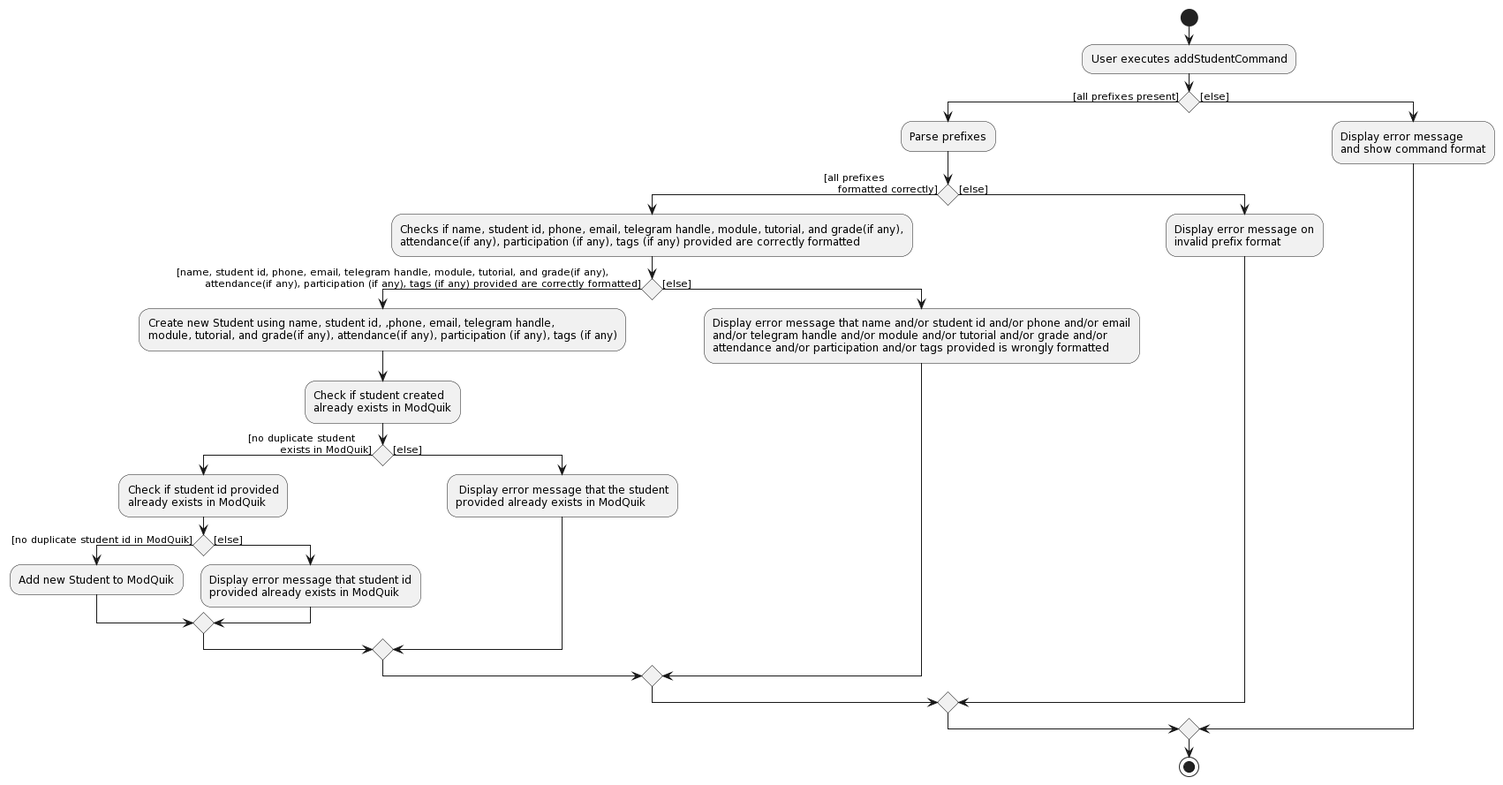
nus-cs2103-AY2223S1/tp keeps this PlantUML diagram as docs/images/AddStudentActivityDiagram.png. Above is the earlier version. Source of this version:
```plantuml
@startuml
start
:User executes addStudentCommand;

if () then ([all prefixes present])
    :Parse prefixes;
    if () then ([all prefixes
    formatted correctly])
        :Checks if name, student id, phone, email, telegram handle, module, tutorial, and grade(if any),
        attendance(if any), participation (if any), tags (if any) provided are correctly formatted;
        if () then ([name, student id, phone, email, telegram handle, module, tutorial, and grade(if any),
        attendance(if any), participation (if any), tags (if any) provided are correctly formatted])
            :Create new Student using name, student id, ,phone, email, telegram handle,
            module, tutorial, and grade(if any), attendance(if any), participation (if any), tags (if any);
            :Check if student created
            already exists in ModQuik;
            if() then ([no duplicate student
         exists in ModQuik])
                :Check if student id provided
                already exists in ModQuik;
                if() then ([no duplicate student id in ModQuik])
                    :Add new Student to ModQuik;
                 else ([else])
                    :Display error message that student id
                    provided already exists in ModQuik;
                endif
            else ([else])
                : Display error message that the student
                provided already exists in ModQuik;
            endif
        else ([else])
            :Display error message that name and/or student id and/or phone and/or email
            and/or telegram handle and/or module and/or tutorial and/or grade and/or
            attendance and/or participation and/or tags provided is wrongly formatted;
        endif
    else ([else])
        :Display error message on
        invalid prefix format;
    endif
else ([else])
    :Display error message
    and show command format;
endif
stop
@enduml
```
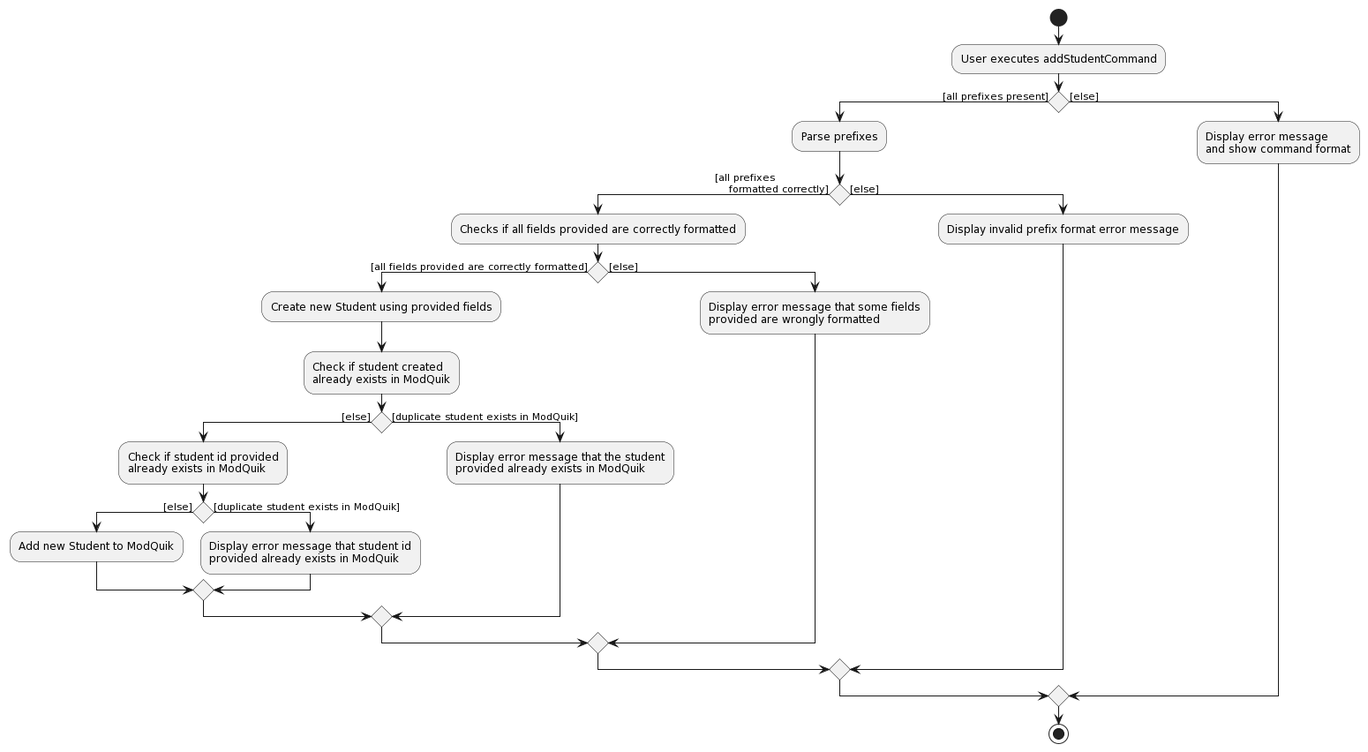
After the commit.

The edit, as a diff of the source:
```diff
@@ -6,36 +6,30 @@
     :Parse prefixes;
     if () then ([all prefixes
     formatted correctly])
-        :Checks if name, student id, phone, email, telegram handle, module, tutorial, and grade(if any),
-        attendance(if any), participation (if any), tags (if any) provided are correctly formatted;
-        if () then ([name, student id, phone, email, telegram handle, module, tutorial, and grade(if any),
-        attendance(if any), participation (if any), tags (if any) provided are correctly formatted])
-            :Create new Student using name, student id, ,phone, email, telegram handle,
-            module, tutorial, and grade(if any), attendance(if any), participation (if any), tags (if any);
+        :Checks if all fields provided are correctly formatted;
+        if () then ([all fields provided are correctly formatted])
+            :Create new Student using provided fields;
             :Check if student created
             already exists in ModQuik;
-            if() then ([no duplicate student
-         exists in ModQuik])
+            if() then ([else])
                 :Check if student id provided
                 already exists in ModQuik;
-                if() then ([no duplicate student id in ModQuik])
+                if() then ([else])
                     :Add new Student to ModQuik;
-                 else ([else])
+                else ([duplicate student exists in ModQuik])
                     :Display error message that student id
                     provided already exists in ModQuik;
                 endif
-            else ([else])
-                : Display error message that the student
+            else ([duplicate student exists in ModQuik])
+                :Display error message that the student
                 provided already exists in ModQuik;
             endif
         else ([else])
-            :Display error message that name and/or student id and/or phone and/or email
-            and/or telegram handle and/or module and/or tutorial and/or grade and/or
-            attendance and/or participation and/or tags provided is wrongly formatted;
+            :Display error message that some fields
+            provided are wrongly formatted;
         endif
     else ([else])
-        :Display error message on
-        invalid prefix format;
+        :Display invalid prefix format error message;
     endif
 else ([else])
     :Display error message
```
